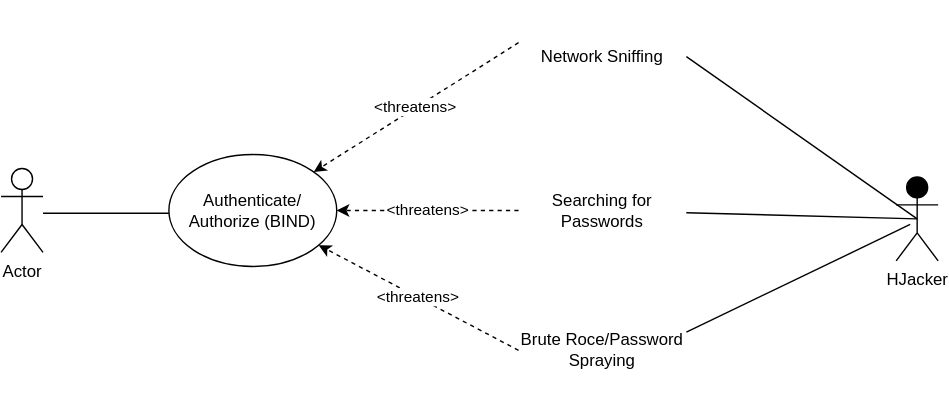
Earlier version of the draw.io export images/Use-Misuse Case 1 -Bind.drawio.svg (bartelsjoshuac/SAPG). Source tidied: cells renumbered, new cells last; positions are measured from the earlier drawing's top-left corner, leaving out a move shared by most shapes.
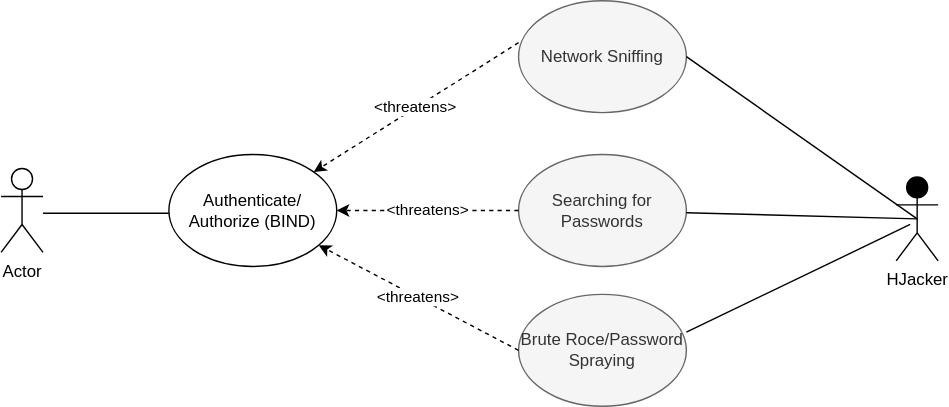
After the commit.

The edit, as a diff of the source:
```diff
@@ -14,16 +14,16 @@
     <mxCell id="4" value="Authenticate/&lt;br style=&quot;border-color: var(--border-color);&quot;&gt;Authorize (BIND)" style="ellipse;whiteSpace=wrap;html=1;fillColor=#FFFFFF;" parent="1" vertex="1">
       <mxGeometry x="120" y="110" width="120" height="80" as="geometry" />
     </mxCell>
-    <mxCell id="5" value="Network Sniffing" style="ellipse;whiteSpace=wrap;html=1;fillStyle=solid;strokeColor=#FFFFFF;" parent="1" vertex="1">
+    <mxCell id="5" value="Network Sniffing" style="ellipse;whiteSpace=wrap;html=1;fillStyle=solid;strokeColor=#666666;fillColor=#f5f5f5;fontColor=#333333;" parent="1" vertex="1">
       <mxGeometry x="370" width="120" height="80" as="geometry" />
     </mxCell>
     <mxCell id="6" value="HJacker" style="shape=umlActor;verticalLabelPosition=bottom;verticalAlign=top;html=1;outlineConnect=0;fillColor=#000000;" parent="1" vertex="1">
       <mxGeometry x="640" y="126" width="30" height="60" as="geometry" />
     </mxCell>
-    <mxCell id="7" value="Searching for Passwords" style="ellipse;whiteSpace=wrap;html=1;fillColor=#FFFFFF;fontColor=#000000;fillStyle=solid;strokeColor=#FFFFFF;" parent="1" vertex="1">
+    <mxCell id="7" value="Searching for Passwords" style="ellipse;whiteSpace=wrap;html=1;fillColor=#f5f5f5;fontColor=#333333;fillStyle=solid;strokeColor=#666666;" parent="1" vertex="1">
       <mxGeometry x="370" y="110" width="120" height="80" as="geometry" />
     </mxCell>
-    <mxCell id="8" value="Brute Roce/Password Spraying" style="ellipse;whiteSpace=wrap;html=1;fillColor=#FFFFFF;fontColor=#000000;fillStyle=solid;strokeColor=#FFFFFF;" parent="1" vertex="1">
+    <mxCell id="8" value="Brute Roce/Password Spraying" style="ellipse;whiteSpace=wrap;html=1;fillColor=#f5f5f5;fontColor=#333333;fillStyle=solid;strokeColor=#666666;" parent="1" vertex="1">
       <mxGeometry x="370" y="210" width="120" height="80" as="geometry" />
     </mxCell>
     <mxCell id="9" value="&amp;lt;threatens&amp;gt;" style="endArrow=classic;html=1;rounded=0;exitX=0;exitY=0.5;exitDx=0;exitDy=0;dashed=1;" parent="1" edge="1" source="8" target="4">
```
